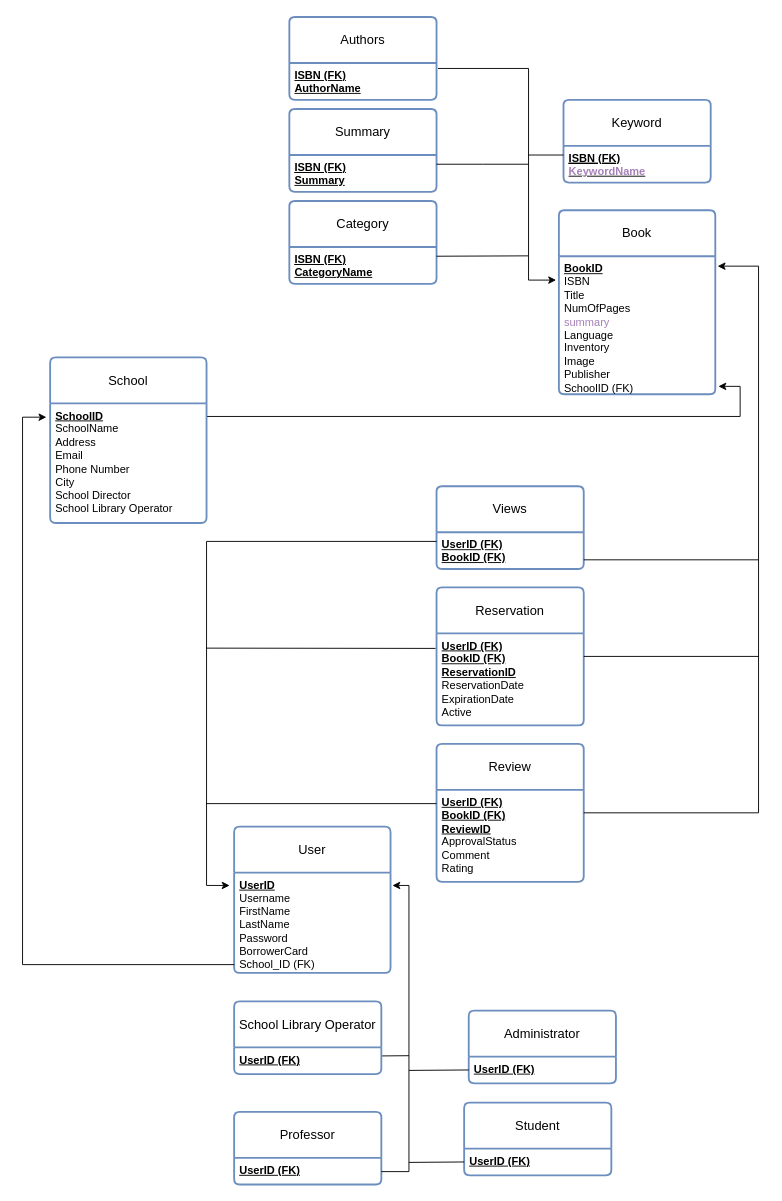
Before: diagrams/Prosxedio-relational.drawio in ntua-el19877/Databases, a draw.io diagram. Source tidied: cells renumbered, new cells numbered last; positions are measured from the earlier drawing's top-left corner, leaving out a move shared by most shapes. Both pictures are drawn from the tidied source at 92%, with x=0, y=0 at pixel (22, 17).
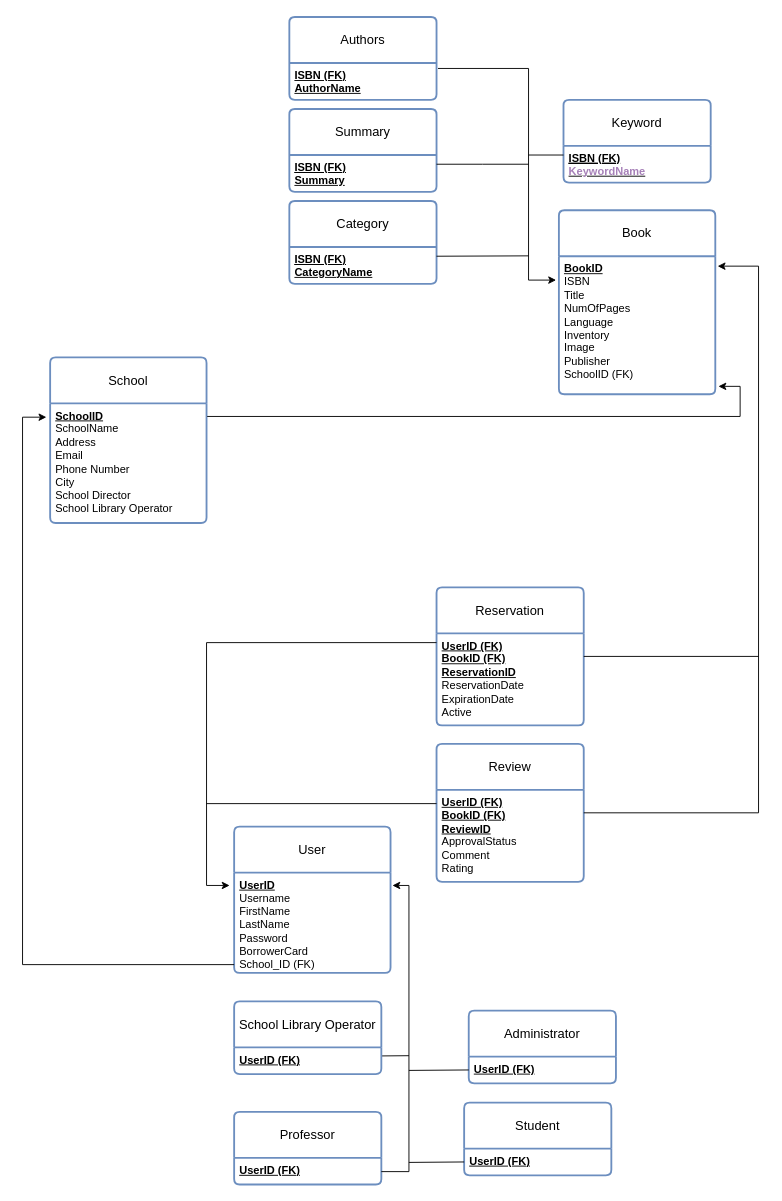
The same page after the edit.

The change refers to these unchanged cells:
```xml
<mxCell id="4" value="Book" style="swimlane;horizontal=1;startSize=50;rounded=1;fontSize=14;fontStyle=0;strokeWidth=2;shadow=0;dashed=0;align=center;arcSize=4;whiteSpace=wrap;html=1;fillColor=default;strokeColor=#6c8ebf;" parent="1" vertex="1">
  <mxGeometry x="583" y="210" width="170" height="200" as="geometry" />
</mxCell>
<mxCell id="13" value="&lt;u&gt;&lt;b&gt;UserID&lt;/b&gt;&lt;br&gt;&lt;/u&gt;Username&lt;br&gt;FirstName&lt;br&gt;LastName&lt;br&gt;Password&lt;br&gt;BorrowerCard&lt;br&gt;School_ID (FK)" style="align=left;strokeColor=none;fillColor=none;spacingLeft=4;fontSize=12;verticalAlign=top;html=1;" parent="12" vertex="1">
  <mxGeometry y="50" width="170" height="109" as="geometry" />
</mxCell>
<mxCell id="28" value="&lt;b style=&quot;text-decoration-line: underline;&quot;&gt;UserID (FK)&lt;/b&gt;&lt;br&gt;&lt;b style=&quot;text-decoration-line: underline;&quot;&gt;BookID (FK)&lt;/b&gt;&lt;br&gt;&lt;b style=&quot;text-decoration-line: underline;&quot;&gt;ReservationID&lt;/b&gt;&lt;br&gt;ReservationDate&lt;br&gt;ExpirationDate&lt;br&gt;Active" style="align=left;strokeColor=none;fillColor=none;spacingLeft=4;fontSize=12;verticalAlign=top;html=1;" parent="27" vertex="1">
  <mxGeometry y="50" width="160" height="100" as="geometry" />
</mxCell>
```

What changed in the source:
```diff
@@
-    <mxCell id="5" value="&lt;b&gt;&lt;u&gt;BookID&lt;/u&gt;&lt;br&gt;&lt;/b&gt;ISBN&lt;br&gt;Title&lt;br&gt;NumOfPages&lt;br&gt;&lt;font color=&quot;#a680b8&quot;&gt;summary&lt;/font&gt;&lt;br&gt;Language&lt;br&gt;Inventory&lt;br&gt;Image&lt;br&gt;Publisher&lt;br&gt;SchoolID (FK)" style="align=left;strokeColor=none;fillColor=none;spacingLeft=4;fontSize=12;verticalAlign=top;html=1;" parent="4" vertex="1">
+    <mxCell id="5" value="&lt;b&gt;&lt;u&gt;BookID&lt;/u&gt;&lt;br&gt;&lt;/b&gt;ISBN&lt;br&gt;Title&lt;br&gt;NumOfPages&lt;br&gt;Language&lt;br&gt;Inventory&lt;br&gt;Image&lt;br&gt;Publisher&lt;br&gt;SchoolID (FK)" style="align=left;strokeColor=none;fillColor=none;spacingLeft=4;fontSize=12;verticalAlign=top;html=1;" parent="4" vertex="1">
       <mxGeometry y="50" width="170" height="150" as="geometry" />
     </mxCell>
@@
-    <mxCell id="25" value="Views" style="swimlane;horizontal=1;startSize=50;rounded=1;fontSize=14;fontStyle=0;strokeWidth=2;shadow=0;dashed=0;align=center;arcSize=4;whiteSpace=wrap;html=1;fillColor=default;strokeColor=#6c8ebf;" parent="1" vertex="1">
-      <mxGeometry x="450" y="510" width="160" height="90" as="geometry" />
-    </mxCell>
-    <mxCell id="26" value="&lt;b style=&quot;border-color: var(--border-color);&quot;&gt;&lt;u style=&quot;border-color: var(--border-color);&quot;&gt;UserID (FK)&lt;/u&gt;&lt;/b&gt;&lt;b&gt;&lt;u&gt;&lt;br&gt;&lt;/u&gt;&lt;/b&gt;&lt;b style=&quot;border-color: var(--border-color);&quot;&gt;&lt;u style=&quot;border-color: var(--border-color);&quot;&gt;BookID&amp;nbsp;&lt;/u&gt;&lt;/b&gt;&lt;b&gt;&lt;u&gt;(FK)&lt;br&gt;&lt;br&gt;&lt;/u&gt;&lt;/b&gt;" style="align=left;strokeColor=none;fillColor=none;spacingLeft=4;fontSize=12;verticalAlign=top;html=1;" parent="25" vertex="1">
-      <mxGeometry y="50" width="160" height="40" as="geometry" />
-    </mxCell>
@@
-    <mxCell id="35" style="rounded=0;jettySize=auto;html=1;endArrow=none;endFill=0;exitX=1;exitY=0.75;exitDx=0;exitDy=0;" parent="1" edge="1" source="26">
-      <mxGeometry relative="1" as="geometry">
-        <mxPoint x="800" y="590" as="targetPoint" />
-      </mxGeometry>
-    </mxCell>
-    <mxCell id="36" style="rounded=0;jettySize=auto;html=1;exitX=0;exitY=0.25;exitDx=0;exitDy=0;endArrow=classic;endFill=1;edgeStyle=elbowEdgeStyle;entryX=-0.029;entryY=0.128;entryDx=0;entryDy=0;entryPerimeter=0;" parent="1" edge="1" source="26" target="13">
+    <mxCell id="36" style="rounded=0;jettySize=auto;html=1;endArrow=classic;endFill=1;edgeStyle=elbowEdgeStyle;entryX=-0.029;entryY=0.128;entryDx=0;entryDy=0;entryPerimeter=0;exitX=0;exitY=0.1;exitDx=0;exitDy=0;exitPerimeter=0;" parent="1" edge="1" source="28" target="13">
       <mxGeometry relative="1" as="geometry">
         <Array as="points">
           <mxPoint x="200" y="760" />
           <mxPoint x="30" y="880" />
           <mxPoint x="280" y="980" />
           <mxPoint x="320" y="990" />
         </Array>
       </mxGeometry>
     </mxCell>
-    <mxCell id="37" style="endArrow=none;html=1;rounded=0;entryX=-0.007;entryY=0.163;entryDx=0;entryDy=0;entryPerimeter=0;" parent="1" edge="1" target="28">
-      <mxGeometry relative="1" as="geometry">
-        <mxPoint x="200" y="686" as="sourcePoint" />
-      </mxGeometry>
-    </mxCell>
```
